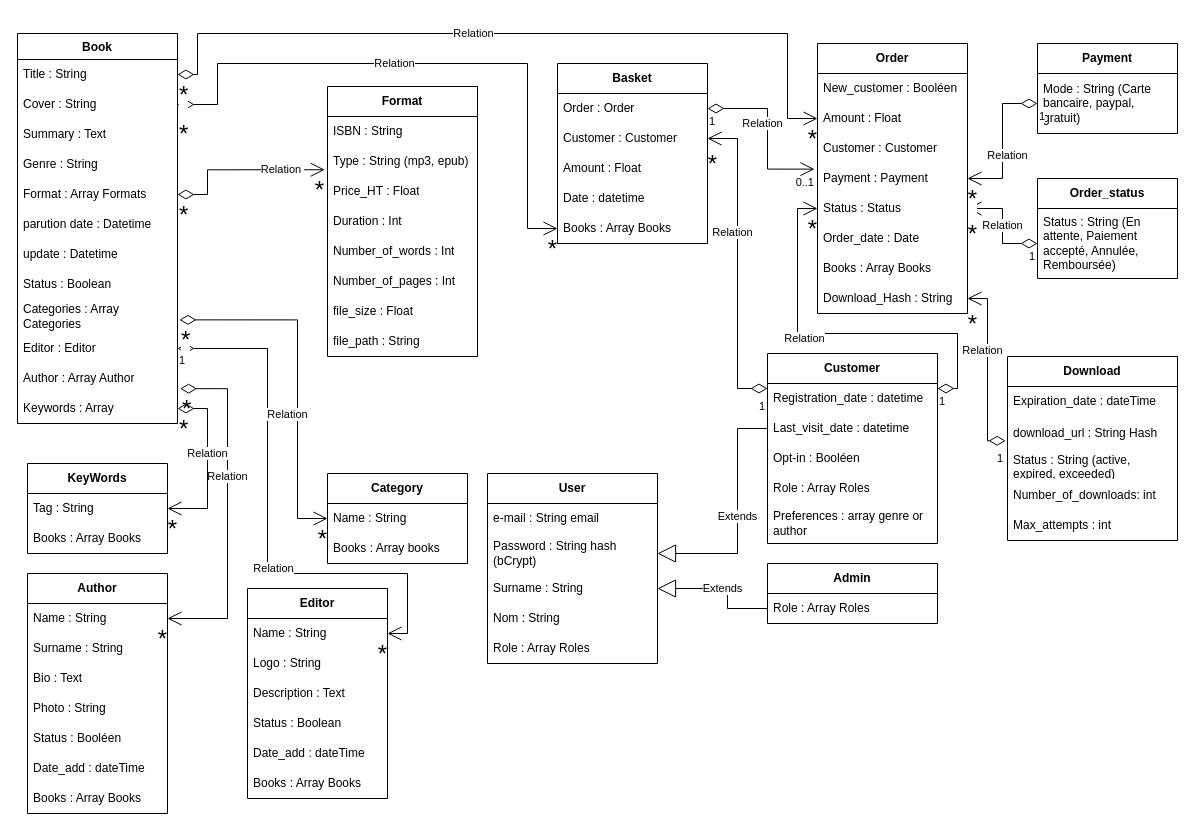
Earlier version of the draw.io diagram classes_neobook.drawio (cbeauquel/Neobook). Source tidied: cells renumbered, new cells numbered last; positions are measured from the earlier drawing's top-left corner, leaving out a move shared by most shapes. Both pictures are drawn from the tidied source at 100%, with x=0, y=0 at pixel (17, 33).
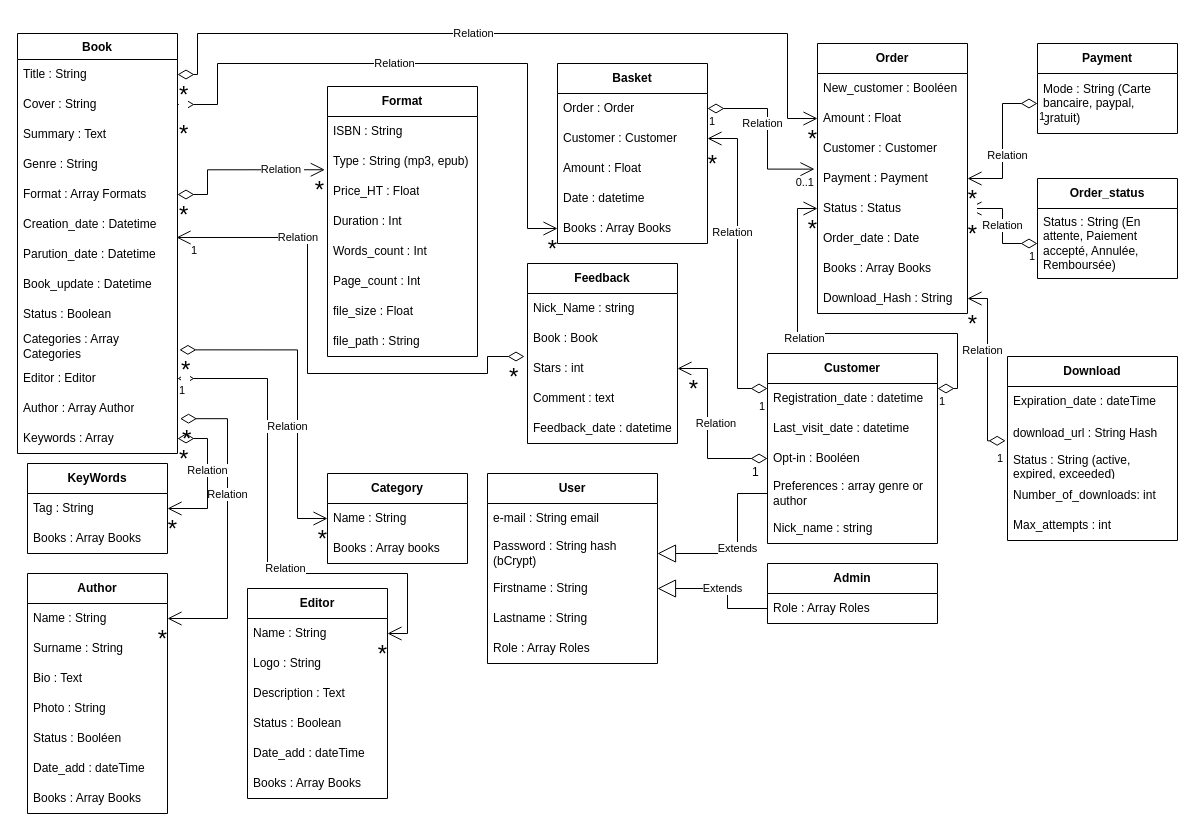
The same diagram, later.

Commit message:
Mettre à jour classes_neobook.drawio

The change refers to these unchanged cells:
```xml
<mxCell id="3" value="Name : String" style="text;strokeColor=none;fillColor=none;align=left;verticalAlign=middle;spacingLeft=4;spacingRight=4;overflow=hidden;points=[[0,0.5],[1,0.5]];portConstraint=eastwest;whiteSpace=wrap;html=1;" parent="2" vertex="1">
  <mxGeometry y="30" width="140" height="30" as="geometry" />
</mxCell>
<mxCell id="11" value="Name : String" style="text;strokeColor=none;fillColor=none;align=left;verticalAlign=middle;spacingLeft=4;spacingRight=4;overflow=hidden;points=[[0,0.5],[1,0.5]];portConstraint=eastwest;whiteSpace=wrap;html=1;" parent="10" vertex="1">
  <mxGeometry y="30" width="140" height="30" as="geometry" />
</mxCell>
<mxCell id="17" value="&lt;b&gt;Format&lt;/b&gt;" style="swimlane;fontStyle=0;horizontal=1;startSize=30;whiteSpace=wrap;html=1;" parent="1" vertex="1">
  <mxGeometry x="310" y="53" width="150" height="270" as="geometry" />
</mxCell>
<mxCell id="27" value="Name : String" style="text;strokeColor=none;fillColor=none;align=left;verticalAlign=middle;spacingLeft=4;spacingRight=4;overflow=hidden;points=[[0,0.5],[1,0.5]];portConstraint=eastwest;whiteSpace=wrap;html=1;" parent="26" vertex="1">
  <mxGeometry y="30" width="140" height="30" as="geometry" />
</mxCell>
<mxCell id="29" value="&lt;b&gt;Customer&lt;/b&gt;" style="swimlane;fontStyle=0;horizontal=1;startSize=30;whiteSpace=wrap;html=1;" parent="1" vertex="1">
  <mxGeometry x="750" y="320" width="170" height="190" as="geometry" />
</mxCell>
<mxCell id="31" value="Last_visit_date : datetime" style="text;strokeColor=none;fillColor=none;align=left;verticalAlign=middle;spacingLeft=4;spacingRight=4;overflow=hidden;points=[[0,0.5],[1,0.5]];portConstraint=eastwest;whiteSpace=wrap;html=1;" parent="29" vertex="1">
  <mxGeometry y="60" width="170" height="30" as="geometry" />
</mxCell>
<mxCell id="32" value="Opt-in : Booléen" style="text;strokeColor=none;fillColor=none;align=left;verticalAlign=middle;spacingLeft=4;spacingRight=4;overflow=hidden;points=[[0,0.5],[1,0.5]];portConstraint=eastwest;whiteSpace=wrap;html=1;" parent="29" vertex="1">
  <mxGeometry y="90" width="170" height="30" as="geometry" />
</mxCell>
<mxCell id="92" value="Tag : String" style="text;strokeColor=none;fillColor=none;align=left;verticalAlign=middle;spacingLeft=4;spacingRight=4;overflow=hidden;points=[[0,0.5],[1,0.5]];portConstraint=eastwest;whiteSpace=wrap;html=1;" parent="91" vertex="1">
  <mxGeometry y="30" width="140" height="30" as="geometry" />
</mxCell>
<mxCell id="103" value="&lt;b&gt;User&lt;/b&gt;" style="swimlane;fontStyle=0;horizontal=1;startSize=30;whiteSpace=wrap;html=1;" parent="1" vertex="1">
  <mxGeometry x="470" y="440" width="170" height="190" as="geometry" />
</mxCell>
<mxCell id="105" value="Password : String hash (bCrypt)" style="text;strokeColor=none;fillColor=none;align=left;verticalAlign=middle;spacingLeft=4;spacingRight=4;overflow=hidden;points=[[0,0.5],[1,0.5]];portConstraint=eastwest;whiteSpace=wrap;html=1;" parent="103" vertex="1">
  <mxGeometry y="60" width="170" height="40" as="geometry" />
</mxCell>
```

What changed in the source:
```diff
@@
-    <mxCell id="22" value="Number_of_words : Int" style="text;strokeColor=none;fillColor=none;align=left;verticalAlign=middle;spacingLeft=4;spacingRight=4;overflow=hidden;whiteSpace=wrap;html=1;" parent="17" vertex="1">
+    <mxCell id="22" value="Words_count : Int" style="text;strokeColor=none;fillColor=none;align=left;verticalAlign=middle;spacingLeft=4;spacingRight=4;overflow=hidden;whiteSpace=wrap;html=1;" parent="17" vertex="1">
       <mxGeometry y="150" width="150" height="30" as="geometry" />
     </mxCell>
-    <mxCell id="23" value="Number_of_pages : Int" style="text;strokeColor=none;fillColor=none;align=left;verticalAlign=middle;spacingLeft=4;spacingRight=4;overflow=hidden;whiteSpace=wrap;html=1;" parent="17" vertex="1">
+    <mxCell id="23" value="Page_count&lt;span style=&quot;background-color: transparent; color: light-dark(rgb(0, 0, 0), rgb(255, 255, 255));&quot;&gt;&amp;nbsp;: Int&lt;/span&gt;" style="text;strokeColor=none;fillColor=none;align=left;verticalAlign=middle;spacingLeft=4;spacingRight=4;overflow=hidden;whiteSpace=wrap;html=1;" parent="17" vertex="1">
       <mxGeometry y="180" width="150" height="30" as="geometry" />
     </mxCell>
@@
-    <mxCell id="33" value="Role : Array Roles" style="text;strokeColor=none;fillColor=none;align=left;verticalAlign=middle;spacingLeft=4;spacingRight=4;overflow=hidden;whiteSpace=wrap;html=1;" parent="29" vertex="1">
-      <mxGeometry y="120" width="170" height="30" as="geometry" />
-    </mxCell>
     <mxCell id="34" value="Preferences : array genre or author" style="text;strokeColor=none;fillColor=none;align=left;verticalAlign=middle;spacingLeft=4;spacingRight=4;overflow=hidden;points=[[0,0.5],[1,0.5]];portConstraint=eastwest;whiteSpace=wrap;html=1;" parent="29" vertex="1">
-      <mxGeometry y="150" width="170" height="40" as="geometry" />
+      <mxGeometry y="120" width="170" height="40" as="geometry" />
     </mxCell>
+    <mxCell id="125" value="Nick_name : string" style="text;strokeColor=none;fillColor=none;align=left;verticalAlign=middle;spacingLeft=4;spacingRight=4;overflow=hidden;whiteSpace=wrap;html=1;" parent="29" vertex="1">
+      <mxGeometry y="160" width="170" height="30" as="geometry" />
+    </mxCell>
@@
     <mxCell id="54" value="Book" style="swimlane;fontStyle=1;align=center;verticalAlign=top;horizontal=1;startSize=26;whiteSpace=wrap;html=1;" parent="1" vertex="1">
-      <mxGeometry width="160" height="390" as="geometry" />
+      <mxGeometry width="160" height="420" as="geometry" />
     </mxCell>
@@
+    <mxCell id="126" value="Creation_date : Datetime" style="text;strokeColor=none;fillColor=none;align=left;verticalAlign=middle;spacingLeft=4;spacingRight=4;overflow=hidden;whiteSpace=wrap;html=1;" parent="54" vertex="1">
+      <mxGeometry y="176" width="160" height="30" as="geometry" />
+    </mxCell>
-    <mxCell id="60" value="parution date : Datetime" style="text;strokeColor=none;fillColor=none;align=left;verticalAlign=middle;spacingLeft=4;spacingRight=4;overflow=hidden;points=[[0,0.5],[1,0.5]];portConstraint=eastwest;whiteSpace=wrap;html=1;" parent="54" vertex="1">
-      <mxGeometry y="176" width="160" height="30" as="geometry" />
+    <mxCell id="60" value="Parution_date : Datetime" style="text;strokeColor=none;fillColor=none;align=left;verticalAlign=middle;spacingLeft=4;spacingRight=4;overflow=hidden;points=[[0,0.5],[1,0.5]];portConstraint=eastwest;whiteSpace=wrap;html=1;" parent="54" vertex="1">
+      <mxGeometry y="206" width="160" height="30" as="geometry" />
     </mxCell>
-    <mxCell id="61" value="update : Datetime" style="text;strokeColor=none;fillColor=none;align=left;verticalAlign=middle;spacingLeft=4;spacingRight=4;overflow=hidden;whiteSpace=wrap;html=1;" parent="54" vertex="1">
-      <mxGeometry y="206" width="160" height="30" as="geometry" />
+    <mxCell id="61" value="Book_update : Datetime" style="text;strokeColor=none;fillColor=none;align=left;verticalAlign=middle;spacingLeft=4;spacingRight=4;overflow=hidden;whiteSpace=wrap;html=1;" parent="54" vertex="1">
+      <mxGeometry y="236" width="160" height="30" as="geometry" />
     </mxCell>
     <mxCell id="62" value="Status : Boolean" style="text;strokeColor=none;fillColor=none;align=left;verticalAlign=middle;spacingLeft=4;spacingRight=4;overflow=hidden;whiteSpace=wrap;html=1;" parent="54" vertex="1">
-      <mxGeometry y="236" width="160" height="30" as="geometry" />
+      <mxGeometry y="266" width="160" height="30" as="geometry" />
     </mxCell>
     <mxCell id="63" value="Categories : Array Categories" style="text;strokeColor=none;fillColor=none;align=left;verticalAlign=middle;spacingLeft=4;spacingRight=4;overflow=hidden;points=[[0,0.5],[1,0.5]];portConstraint=eastwest;whiteSpace=wrap;html=1;" parent="54" vertex="1">
-      <mxGeometry y="266" width="160" height="34" as="geometry" />
+      <mxGeometry y="296" width="160" height="34" as="geometry" />
     </mxCell>
     <mxCell id="64" value="Editor : Editor" style="text;strokeColor=none;fillColor=none;align=left;verticalAlign=middle;spacingLeft=4;spacingRight=4;overflow=hidden;points=[[0,0.5],[1,0.5]];portConstraint=eastwest;whiteSpace=wrap;html=1;" parent="54" vertex="1">
-      <mxGeometry y="300" width="160" height="30" as="geometry" />
+      <mxGeometry y="330" width="160" height="30" as="geometry" />
     </mxCell>
     <mxCell id="65" value="Author : Array Author" style="text;strokeColor=none;fillColor=none;align=left;verticalAlign=middle;spacingLeft=4;spacingRight=4;overflow=hidden;points=[[0,0.5],[1,0.5]];portConstraint=eastwest;whiteSpace=wrap;html=1;" parent="54" vertex="1">
-      <mxGeometry y="330" width="160" height="30" as="geometry" />
+      <mxGeometry y="360" width="160" height="30" as="geometry" />
     </mxCell>
     <mxCell id="66" value="Keywords : Array" style="text;strokeColor=none;fillColor=none;align=left;verticalAlign=middle;spacingLeft=4;spacingRight=4;overflow=hidden;points=[[0,0.5],[1,0.5]];portConstraint=eastwest;whiteSpace=wrap;html=1;" parent="54" vertex="1">
-      <mxGeometry y="360" width="160" height="30" as="geometry" />
+      <mxGeometry y="390" width="160" height="30" as="geometry" />
     </mxCell>
     <mxCell id="67" value="Relation" style="endArrow=open;html=1;endSize=12;startArrow=diamondThin;startSize=14;startFill=0;edgeStyle=orthogonalEdgeStyle;rounded=0;entryX=1;entryY=0.5;entryDx=0;entryDy=0;exitX=1.016;exitY=0.839;exitDx=0;exitDy=0;exitPerimeter=0;" parent="1" edge="1" source="65" target="3">
       <mxGeometry x="-0.2" relative="1" as="geometry">
         <Array as="points">
-          <mxPoint x="210" y="355" />
+          <mxPoint x="210" y="385" />
           <mxPoint x="210" y="585" />
         </Array>
       </mxGeometry>
     </mxCell>
@@
     <mxCell id="70" value="Relation" style="endArrow=open;html=1;endSize=12;startArrow=diamondThin;startSize=14;startFill=0;edgeStyle=orthogonalEdgeStyle;rounded=0;exitX=1;exitY=0.5;exitDx=0;exitDy=0;entryX=1;entryY=0.5;entryDx=0;entryDy=0;" parent="1" edge="1" source="64" target="11">
       <mxGeometry x="0.2" y="5" relative="1" as="geometry">
         <Array as="points">
-          <mxPoint x="250" y="315" />
+          <mxPoint x="250" y="345" />
           <mxPoint x="250" y="540" />
           <mxPoint x="390" y="540" />
           <mxPoint x="390" y="600" />
         </Array>
       </mxGeometry>
     </mxCell>
@@
     <mxCell id="73" value="Relation" style="endArrow=open;html=1;endSize=12;startArrow=diamondThin;startSize=14;startFill=0;edgeStyle=orthogonalEdgeStyle;rounded=0;entryX=0;entryY=0.5;entryDx=0;entryDy=0;exitX=1.012;exitY=0.599;exitDx=0;exitDy=0;exitPerimeter=0;" parent="1" edge="1" source="63" target="27">
       <mxGeometry x="0.23" y="-10" relative="1" as="geometry">
         <Array as="points">
-          <mxPoint x="280" y="286" />
+          <mxPoint x="280" y="316" />
           <mxPoint x="280" y="485" />
         </Array>
       </mxGeometry>
     </mxCell>
@@
     <mxCell id="94" value="Relation" style="endArrow=open;html=1;endSize=12;startArrow=diamondThin;startSize=14;startFill=0;edgeStyle=orthogonalEdgeStyle;rounded=0;exitX=1;exitY=0.5;exitDx=0;exitDy=0;entryX=1;entryY=0.5;entryDx=0;entryDy=0;" parent="1" edge="1" source="66" target="92">
       <mxGeometry x="-0.12" relative="1" as="geometry">
         <Array as="points">
-          <mxPoint x="190" y="375" />
+          <mxPoint x="190" y="405" />
           <mxPoint x="190" y="475" />
         </Array>
       </mxGeometry>
     </mxCell>
@@
-    <mxCell id="106" value="Surname : String" style="text;strokeColor=none;fillColor=none;align=left;verticalAlign=middle;spacingLeft=4;spacingRight=4;overflow=hidden;points=[[0,0.5],[1,0.5]];portConstraint=eastwest;whiteSpace=wrap;html=1;" parent="103" vertex="1">
+    <mxCell id="106" value="Firstname : String" style="text;strokeColor=none;fillColor=none;align=left;verticalAlign=middle;spacingLeft=4;spacingRight=4;overflow=hidden;points=[[0,0.5],[1,0.5]];portConstraint=eastwest;whiteSpace=wrap;html=1;" parent="103" vertex="1">
       <mxGeometry y="100" width="170" height="30" as="geometry" />
     </mxCell>
-    <mxCell id="107" value="Nom&amp;nbsp;: String&amp;nbsp;" style="text;strokeColor=none;fillColor=none;align=left;verticalAlign=middle;spacingLeft=4;spacingRight=4;overflow=hidden;whiteSpace=wrap;html=1;" parent="103" vertex="1">
+    <mxCell id="107" value="Lastname : String&amp;nbsp;" style="text;strokeColor=none;fillColor=none;align=left;verticalAlign=middle;spacingLeft=4;spacingRight=4;overflow=hidden;whiteSpace=wrap;html=1;" parent="103" vertex="1">
       <mxGeometry y="130" width="170" height="30" as="geometry" />
     </mxCell>
@@
-    <mxCell id="111" value="Extends" style="endArrow=block;endSize=16;endFill=0;html=1;rounded=0;entryX=1;entryY=0.5;entryDx=0;entryDy=0;exitX=0;exitY=0.5;exitDx=0;exitDy=0;" parent="1" edge="1" source="31" target="105">
+    <mxCell id="111" value="Extends" style="endArrow=block;endSize=16;endFill=0;html=1;rounded=0;entryX=1;entryY=0.5;entryDx=0;entryDy=0;exitX=0;exitY=0.5;exitDx=0;exitDy=0;" parent="1" edge="1" source="34" target="105">
       <mxGeometry relative="1" as="geometry">
         <Array as="points">
-          <mxPoint x="720" y="395" />
+          <mxPoint x="720" y="460" />
           <mxPoint x="720" y="520" />
         </Array>
       </mxGeometry>
     </mxCell>
@@
+    <mxCell id="127" value="&lt;b&gt;Feedback&lt;/b&gt;" style="swimlane;fontStyle=0;horizontal=1;startSize=30;whiteSpace=wrap;html=1;" parent="1" vertex="1">
+      <mxGeometry x="510" y="230" width="150" height="180" as="geometry" />
+    </mxCell>
+    <mxCell id="128" value="Nick_Name : string" style="text;strokeColor=none;fillColor=none;align=left;verticalAlign=middle;spacingLeft=4;spacingRight=4;overflow=hidden;whiteSpace=wrap;html=1;" parent="127" vertex="1">
+      <mxGeometry y="30" width="150" height="30" as="geometry" />
+    </mxCell>
+    <mxCell id="129" value="Book : Book" style="text;strokeColor=none;fillColor=none;align=left;verticalAlign=middle;spacingLeft=4;spacingRight=4;overflow=hidden;whiteSpace=wrap;html=1;" parent="127" vertex="1">
+      <mxGeometry y="60" width="150" height="30" as="geometry" />
+    </mxCell>
+    <mxCell id="130" value="Stars : int" style="text;strokeColor=none;fillColor=none;align=left;verticalAlign=middle;spacingLeft=4;spacingRight=4;overflow=hidden;points=[[0,0.5],[1,0.5]];portConstraint=eastwest;whiteSpace=wrap;html=1;" parent="127" vertex="1">
+      <mxGeometry y="90" width="150" height="30" as="geometry" />
+    </mxCell>
+    <mxCell id="131" value="Comment : text" style="text;strokeColor=none;fillColor=none;align=left;verticalAlign=middle;spacingLeft=4;spacingRight=4;overflow=hidden;whiteSpace=wrap;html=1;" parent="127" vertex="1">
+      <mxGeometry y="120" width="150" height="30" as="geometry" />
+    </mxCell>
+    <mxCell id="132" value="Feedback_date : datetime" style="text;strokeColor=none;fillColor=none;align=left;verticalAlign=middle;spacingLeft=4;spacingRight=4;overflow=hidden;whiteSpace=wrap;html=1;" parent="127" vertex="1">
+      <mxGeometry y="150" width="150" height="30" as="geometry" />
+    </mxCell>
+    <mxCell id="133" value="Relation&amp;nbsp;" style="endArrow=open;html=1;endSize=12;startArrow=diamondThin;startSize=14;startFill=0;edgeStyle=orthogonalEdgeStyle;rounded=0;exitX=-0.02;exitY=0.1;exitDx=0;exitDy=0;entryX=0.994;entryY=-0.067;entryDx=0;entryDy=0;entryPerimeter=0;exitPerimeter=0;" parent="1" edge="1" source="130" target="60">
+      <mxGeometry x="0.51" relative="1" as="geometry">
+        <Array as="points">
+          <mxPoint x="470" y="323" />
+          <mxPoint x="470" y="340" />
+          <mxPoint x="290" y="340" />
+          <mxPoint x="290" y="204" />
+        </Array>
+      </mxGeometry>
+    </mxCell>
+    <mxCell id="134" value="&lt;font style=&quot;font-size: 24px;&quot;&gt;*&lt;/font&gt;" style="edgeLabel;html=1;align=left;verticalAlign=top;" parent="133" vertex="1">
+      <mxGeometry x="-1" relative="1" as="geometry">
+        <mxPoint x="-17" as="offset" />
+      </mxGeometry>
+    </mxCell>
+    <mxCell id="135" value="1" style="edgeLabel;html=1;align=right;verticalAlign=top;" parent="133" vertex="1">
+      <mxGeometry x="1" relative="1" as="geometry">
+        <mxPoint x="21" as="offset" />
+      </mxGeometry>
+    </mxCell>
+    <mxCell id="136" value="Relation&amp;nbsp;" style="endArrow=open;html=1;endSize=12;startArrow=diamondThin;startSize=14;startFill=0;edgeStyle=orthogonalEdgeStyle;rounded=0;entryX=1;entryY=0.5;entryDx=0;entryDy=0;exitX=0;exitY=0.5;exitDx=0;exitDy=0;" parent="1" edge="1" source="32" target="130">
+      <mxGeometry x="0.06" y="-10" relative="1" as="geometry">
+        <Array as="points">
+          <mxPoint x="690" y="425" />
+          <mxPoint x="690" y="335" />
+        </Array>
+      </mxGeometry>
+    </mxCell>
+    <mxCell id="137" value="&lt;font style=&quot;font-size: 12px;&quot;&gt;1&lt;/font&gt;" style="edgeLabel;html=1;align=left;verticalAlign=top;" parent="136" vertex="1">
+      <mxGeometry x="-1" relative="1" as="geometry">
+        <mxPoint x="-17" as="offset" />
+      </mxGeometry>
+    </mxCell>
+    <mxCell id="138" value="&lt;font style=&quot;font-size: 24px;&quot;&gt;*&lt;/font&gt;" style="edgeLabel;html=1;align=right;verticalAlign=top;" parent="136" vertex="1">
+      <mxGeometry x="1" relative="1" as="geometry">
+        <mxPoint x="21" as="offset" />
+      </mxGeometry>
+    </mxCell>
```
